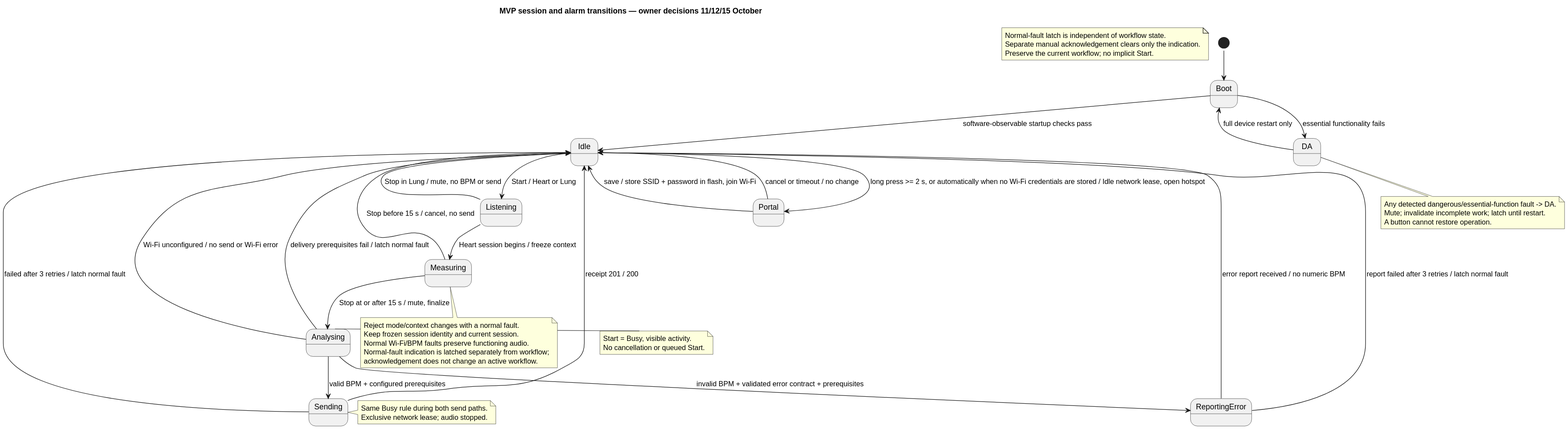
This is Development/system/architecture/rendered/mvp_session_state.svg from DemonicPsychoII/DigitalStethoscope, a PlantUML export, as it was before one commit.
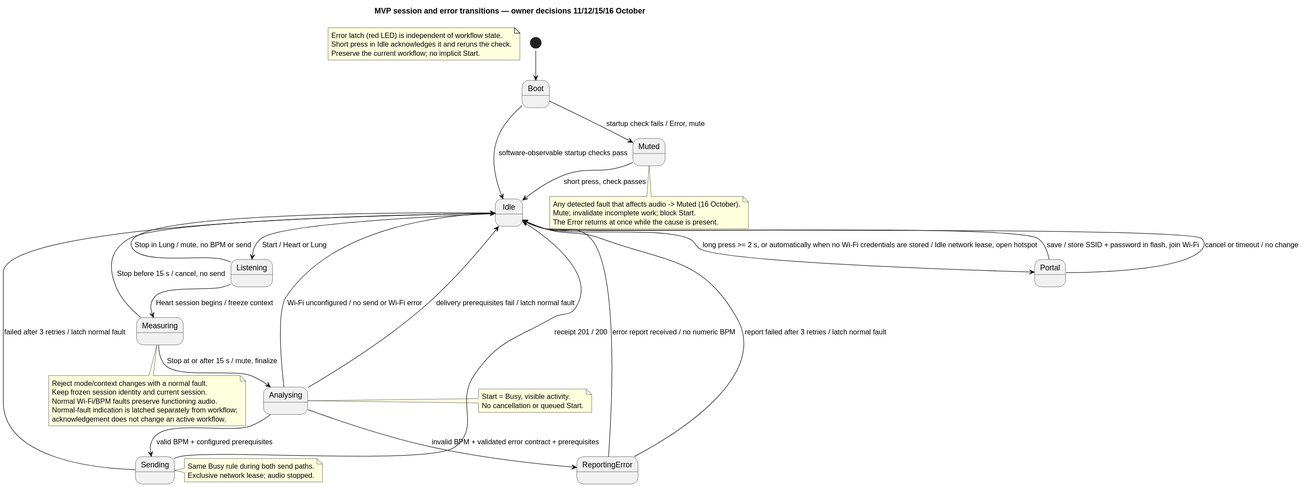
Above is the later version.

Change to the diagram source:
```diff
@@ -2,10 +2,10 @@
 !pragma layout smetana
 skinparam shadowing false
 skinparam defaultFontName SansSerif
-title MVP session and alarm transitions — owner decisions 11/12/15 October
+title MVP session and error transitions — owner decisions 11/12/15/16 October
 [*] --> Boot
 Boot --> Idle : software-observable startup checks pass
-Boot --> DA : essential functionality fails
+Boot --> Muted : startup check fails / Error, mute
 Idle --> Listening : Start / Heart or Lung
 Idle --> Portal : long press >= 2 s, or automatically when no Wi-Fi credentials are stored / Idle network lease, open hotspot
 Portal --> Idle : save / store SSID + password in flash, join Wi-Fi
@@ -23,11 +23,11 @@
 ReportingError --> Idle : error report received / no numeric BPM
 ReportingError --> Idle : report failed after 3 retries / latch normal fault
 note as NormalFaultIndication
-  Normal-fault latch is independent of workflow state.
-  Separate manual acknowledgement clears only the indication.
+  Error latch (red LED) is independent of workflow state.
+  Short press in Idle acknowledges it and reruns the check.
   Preserve the current workflow; no implicit Start.
 end note
-DA --> Boot : full device restart only
+Muted --> Idle : short press, check passes
 note right of Analysing
   Start = Busy, visible activity.
   No cancellation or queued Start.
@@ -43,9 +43,9 @@
   Normal-fault indication is latched separately from workflow;
   acknowledgement does not change an active workflow.
 end note
-note bottom of DA
-  Any detected dangerous/essential-function fault -> DA.
-  Mute; invalidate incomplete work; latch until restart.
-  A button cannot restore operation.
+note bottom of Muted
+  Any detected fault that affects audio -> Muted (16 October).
+  Mute; invalidate incomplete work; block Start.
+  The Error returns at once while the cause is present.
 end note
 @enduml
```
